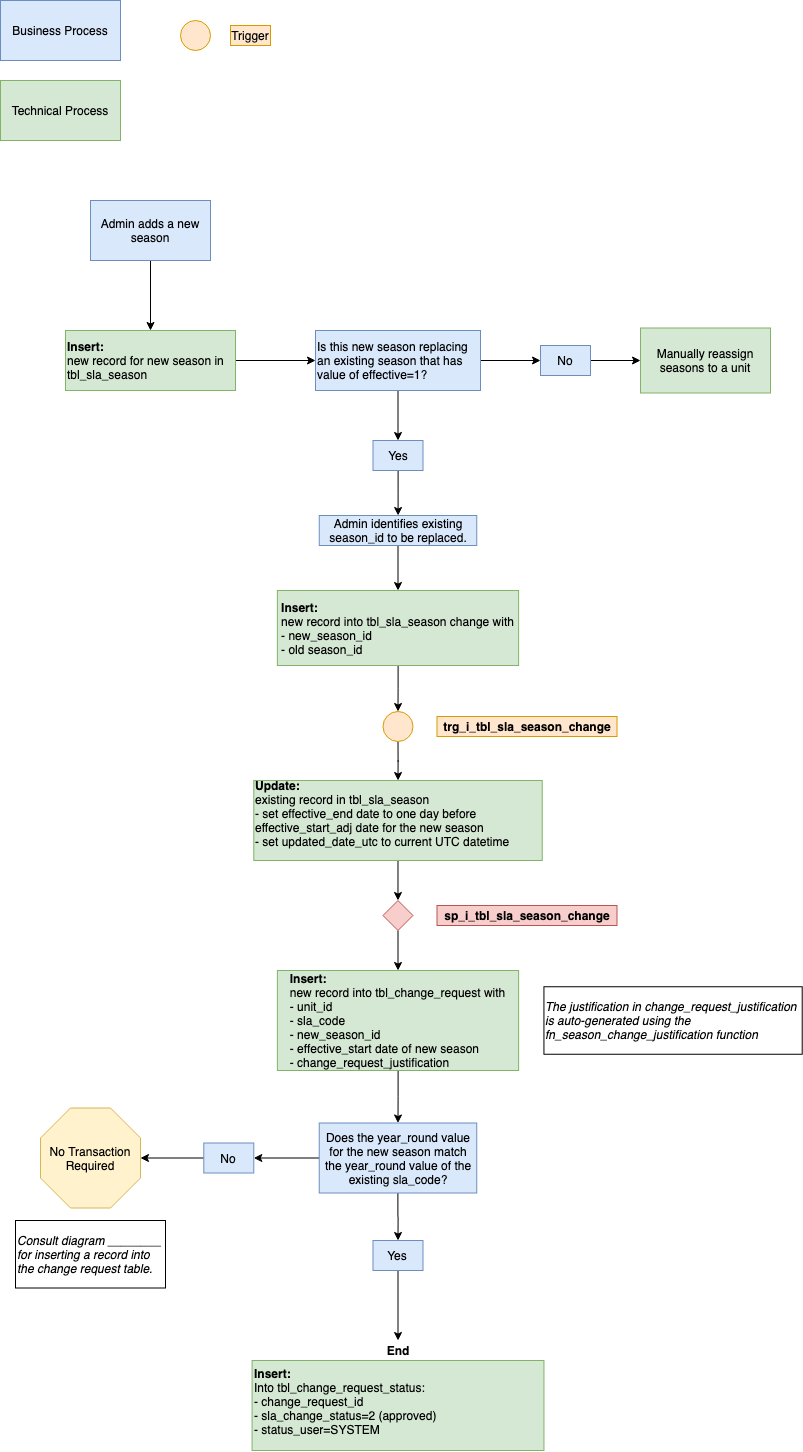
This is images/trg_season_change.png from NYC-Parks/SLADB, a draw.io export, as it was before one commit. Source tidied: cells renumbered, new cells last; positions are measured from the earlier drawing's top-left corner, leaving out a move shared by most shapes.
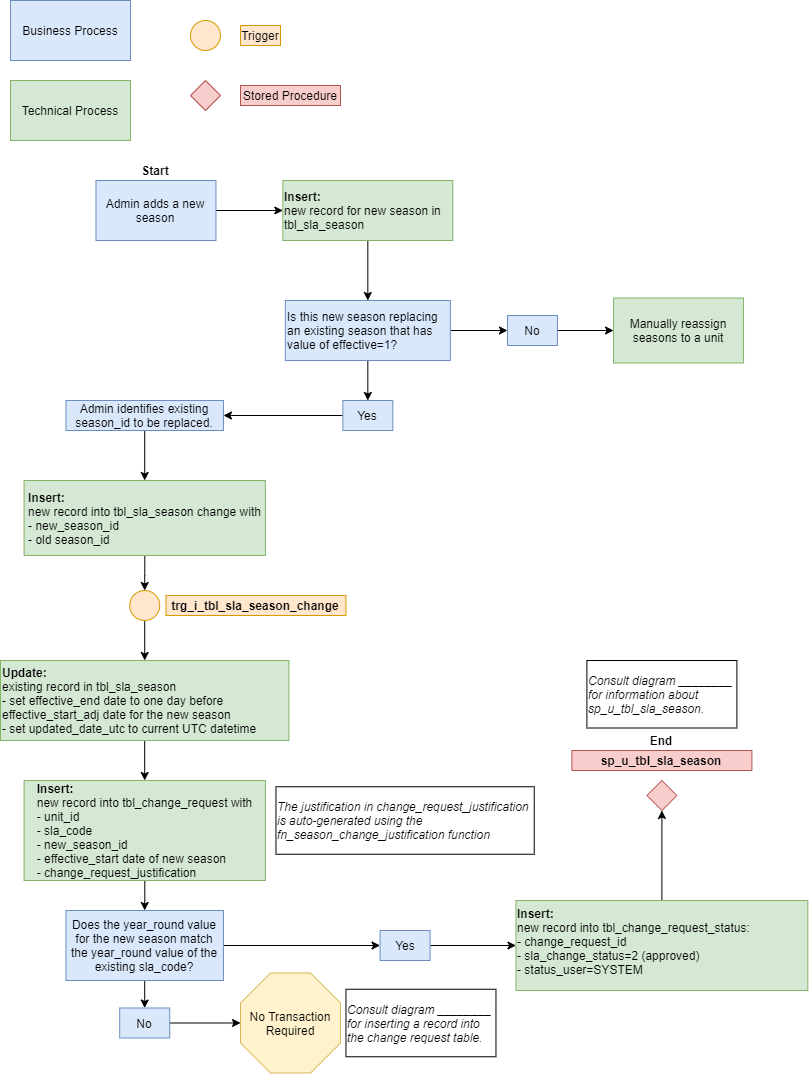
Above is the later version.

The edit, as a diff of the source:
```diff
@@ -18,13 +18,13 @@
       <mxGeometry relative="1" as="geometry" />
     </mxCell>
     <mxCell id="7" value="Admin adds a new season" style="rounded=0;whiteSpace=wrap;html=1;fillColor=#dae8fc;strokeColor=#6c8ebf;" parent="1" vertex="1">
-      <mxGeometry x="90" y="200" width="120" height="60" as="geometry" />
+      <mxGeometry x="85.5" y="180" width="120" height="60" as="geometry" />
     </mxCell>
     <mxCell id="8" style="edgeStyle=orthogonalEdgeStyle;rounded=0;jettySize=auto;html=1;" parent="1" edge="1" source="9" target="12">
       <mxGeometry relative="1" as="geometry" />
     </mxCell>
     <mxCell id="9" value="&lt;b&gt;Insert:&lt;/b&gt;&lt;br&gt;new record for new season in tbl_sla_season" style="rounded=0;whiteSpace=wrap;html=1;fillColor=#d5e8d4;strokeColor=#82b366;align=left;" parent="1" vertex="1">
-      <mxGeometry x="65" y="330" width="170" height="60" as="geometry" />
+      <mxGeometry x="272.3" y="180" width="170" height="60" as="geometry" />
     </mxCell>
     <mxCell id="10" style="edgeStyle=orthogonalEdgeStyle;rounded=0;jettySize=auto;html=1;" parent="1" edge="1" source="12" target="23">
       <mxGeometry relative="1" as="geometry" />
@@ -33,100 +33,112 @@
       <mxGeometry relative="1" as="geometry" />
     </mxCell>
     <mxCell id="12" value="Is this new season replacing an existing season that has value of effective=1?" style="rounded=0;whiteSpace=wrap;html=1;fillColor=#dae8fc;strokeColor=#6c8ebf;align=left;" parent="1" vertex="1">
-      <mxGeometry x="315" y="330" width="165" height="60" as="geometry" />
+      <mxGeometry x="274.8" y="300" width="165" height="60" as="geometry" />
     </mxCell>
     <mxCell id="13" style="edgeStyle=orthogonalEdgeStyle;rounded=0;jettySize=auto;html=1;" parent="1" edge="1" source="14" target="16">
       <mxGeometry relative="1" as="geometry" />
     </mxCell>
     <mxCell id="14" value="Yes" style="rounded=0;whiteSpace=wrap;html=1;fillColor=#dae8fc;strokeColor=#6c8ebf;align=center;" parent="1" vertex="1">
-      <mxGeometry x="372.5" y="440" width="50" height="30" as="geometry" />
+      <mxGeometry x="332.3" y="400" width="50" height="30" as="geometry" />
     </mxCell>
     <mxCell id="15" style="edgeStyle=orthogonalEdgeStyle;rounded=0;jettySize=auto;html=1;exitX=0.5;exitY=1;exitDx=0;exitDy=0;entryX=0.5;entryY=0;entryDx=0;entryDy=0;" parent="1" edge="1" source="16" target="18">
       <mxGeometry relative="1" as="geometry" />
     </mxCell>
     <mxCell id="16" value="Admin identifies existing season_id to be replaced." style="rounded=0;whiteSpace=wrap;html=1;fillColor=#dae8fc;strokeColor=#6c8ebf;align=center;" parent="1" vertex="1">
-      <mxGeometry x="318.8" y="515" width="157.5" height="30" as="geometry" />
+      <mxGeometry x="55.5" y="400" width="157.5" height="30" as="geometry" />
     </mxCell>
     <mxCell id="17" style="edgeStyle=orthogonalEdgeStyle;rounded=0;jettySize=auto;html=1;" parent="1" edge="1" source="18" target="26">
       <mxGeometry relative="1" as="geometry" />
     </mxCell>
     <mxCell id="18" value="&lt;div style=&quot;text-align: left&quot;&gt;&lt;b&gt;Insert:&lt;/b&gt;&lt;/div&gt;&lt;div style=&quot;text-align: left&quot;&gt;&lt;span&gt;new record into tbl_sla_season change with&lt;/span&gt;&lt;/div&gt;&lt;div style=&quot;text-align: left&quot;&gt;&lt;span&gt;- new_season_id&lt;/span&gt;&lt;/div&gt;&lt;div style=&quot;text-align: left&quot;&gt;&lt;span&gt;- old season_id&lt;/span&gt;&lt;/div&gt;" style="rounded=0;whiteSpace=wrap;html=1;fillColor=#d5e8d4;strokeColor=#82b366;align=center;" parent="1" vertex="1">
-      <mxGeometry x="276.9" y="590" width="241.2" height="75" as="geometry" />
+      <mxGeometry x="13.6" y="480" width="241.2" height="75" as="geometry" />
     </mxCell>
-    <mxCell id="19" style="edgeStyle=orthogonalEdgeStyle;rounded=0;jettySize=auto;html=1;entryX=0.5;entryY=0;entryDx=0;entryDy=0;" parent="1" edge="1" source="20" target="29">
+    <mxCell id="19" style="edgeStyle=orthogonalEdgeStyle;rounded=0;jettySize=auto;html=1;entryX=0.5;entryY=0;entryDx=0;entryDy=0;" parent="1" edge="1" source="20" target="32">
       <mxGeometry relative="1" as="geometry" />
     </mxCell>
-    <mxCell id="20" value="&lt;div&gt;&lt;b&gt;Update:&lt;/b&gt;&lt;/div&gt;&lt;div&gt;existing record in tbl_sla_season&lt;/div&gt;&lt;div&gt;- set effective_end date to one day before effective_start_adj date for the new season&lt;/div&gt;&lt;div&gt;- set updated_date_utc to current UTC datetime&amp;nbsp;&lt;/div&gt;&lt;div&gt;&lt;br&gt;&lt;/div&gt;" style="rounded=0;whiteSpace=wrap;html=1;fillColor=#d5e8d4;strokeColor=#82b366;align=left;labelPosition=center;verticalLabelPosition=middle;verticalAlign=middle;" parent="1" vertex="1">
-      <mxGeometry x="253.3" y="780" width="288.4" height="80" as="geometry" />
+    <mxCell id="20" value="&lt;div&gt;&lt;b&gt;Update:&lt;/b&gt;&lt;/div&gt;&lt;div&gt;existing record in tbl_sla_season&lt;/div&gt;&lt;div&gt;- set effective_end date to one day before effective_start_adj date for the new season&lt;/div&gt;&lt;div&gt;- set updated_date_utc to current UTC datetime&amp;nbsp;&lt;/div&gt;" style="rounded=0;whiteSpace=wrap;html=1;fillColor=#d5e8d4;strokeColor=#82b366;align=left;labelPosition=center;verticalLabelPosition=middle;verticalAlign=middle;" parent="1" vertex="1">
+      <mxGeometry x="-10" y="660" width="288.4" height="80" as="geometry" />
     </mxCell>
+    <mxCell id="44" style="edgeStyle=orthogonalEdgeStyle;rounded=0;jettySize=auto;html=1;exitX=0.5;exitY=0;exitDx=0;exitDy=0;entryX=0.5;entryY=1;entryDx=0;entryDy=0;" parent="1" edge="1" source="21" target="46">
+      <mxGeometry relative="1" as="geometry" />
+    </mxCell>
-    <mxCell id="21" value="&lt;div&gt;&lt;b&gt;Insert:&lt;/b&gt;&lt;/div&gt;&lt;div&gt;&lt;span&gt;Into tbl_change_request_status:&lt;/span&gt;&lt;/div&gt;&lt;div&gt;&lt;span&gt;- change_request_id&lt;/span&gt;&lt;/div&gt;&lt;div&gt;&lt;span&gt;- sla_change_status=2 (approved)&lt;/span&gt;&lt;/div&gt;&lt;div&gt;&lt;span&gt;- status_user=SYSTEM&lt;/span&gt;&lt;/div&gt;&lt;div&gt;&lt;span&gt;&lt;br&gt;&lt;/span&gt;&lt;/div&gt;" style="rounded=0;whiteSpace=wrap;html=1;fillColor=#d5e8d4;strokeColor=#82b366;align=left;verticalAlign=top;" parent="1" vertex="1">
-      <mxGeometry x="251.6" y="1360" width="291.9" height="90" as="geometry" />
+    <mxCell id="21" value="&lt;div&gt;&lt;b&gt;Insert:&lt;/b&gt;&lt;/div&gt;&lt;div&gt;&lt;span&gt;new record into tbl_change_request_status:&lt;/span&gt;&lt;/div&gt;&lt;div&gt;&lt;span&gt;- change_request_id&lt;/span&gt;&lt;/div&gt;&lt;div&gt;&lt;span&gt;- sla_change_status=2 (approved)&lt;/span&gt;&lt;/div&gt;&lt;div&gt;&lt;span&gt;- status_user=SYSTEM&lt;/span&gt;&lt;/div&gt;&lt;div&gt;&lt;span&gt;&lt;br&gt;&lt;/span&gt;&lt;/div&gt;" style="rounded=0;whiteSpace=wrap;html=1;fillColor=#d5e8d4;strokeColor=#82b366;align=left;verticalAlign=top;" parent="1" vertex="1">
+      <mxGeometry x="505.5" y="900" width="291.9" height="90" as="geometry" />
     </mxCell>
     <mxCell id="22" style="edgeStyle=orthogonalEdgeStyle;rounded=0;jettySize=auto;html=1;" parent="1" edge="1" source="23" target="24">
       <mxGeometry relative="1" as="geometry" />
     </mxCell>
     <mxCell id="23" value="No" style="rounded=0;whiteSpace=wrap;html=1;fillColor=#dae8fc;strokeColor=#6c8ebf;align=center;" parent="1" vertex="1">
-      <mxGeometry x="540" y="345" width="50" height="30" as="geometry" />
+      <mxGeometry x="497" y="315" width="50" height="30" as="geometry" />
     </mxCell>
     <mxCell id="24" value="Manually reassign seasons to a unit" style="rounded=0;whiteSpace=wrap;html=1;fillColor=#d5e8d4;strokeColor=#82b366;align=center;" parent="1" vertex="1">
-      <mxGeometry x="640" y="327.5" width="130" height="65" as="geometry" />
+      <mxGeometry x="603" y="297.5" width="130" height="65" as="geometry" />
     </mxCell>
     <mxCell id="25" style="edgeStyle=orthogonalEdgeStyle;rounded=0;jettySize=auto;html=1;entryX=0.5;entryY=0;entryDx=0;entryDy=0;" parent="1" edge="1" source="26" target="20">
       <mxGeometry relative="1" as="geometry" />
     </mxCell>
     <mxCell id="26" style="ellipse;whiteSpace=wrap;html=1;fillColor=#ffe6cc;strokeColor=#d79b00;" parent="1" vertex="1">
-      <mxGeometry x="382.5" y="711" width="30" height="30" as="geometry" />
+      <mxGeometry x="119.2" y="590" width="30" height="30" as="geometry" />
     </mxCell>
     <mxCell id="27" value="&lt;b&gt;trg_i_tbl_sla_season_change&lt;/b&gt;" style="text;html=1;strokeColor=#d79b00;fillColor=#ffe6cc;align=center;verticalAlign=middle;whiteSpace=wrap;rounded=0;" parent="1" vertex="1">
-      <mxGeometry x="436.5" y="716" width="180" height="20" as="geometry" />
+      <mxGeometry x="155.5" y="595" width="180" height="20" as="geometry" />
     </mxCell>
-    <mxCell id="28" style="edgeStyle=orthogonalEdgeStyle;rounded=0;jettySize=auto;html=1;entryX=0.5;entryY=0;entryDx=0;entryDy=0;" parent="1" edge="1" source="29" target="32">
-      <mxGeometry relative="1" as="geometry" />
-    </mxCell>
-    <mxCell id="29" style="rhombus;whiteSpace=wrap;html=1;align=left;fillColor=#f8cecc;strokeColor=#b85450;" parent="1" vertex="1">
-      <mxGeometry x="382.5" y="900" width="30" height="30" as="geometry" />
-    </mxCell>
-    <mxCell id="30" value="&lt;b&gt;sp_i_tbl_sla_season_change&lt;/b&gt;" style="text;html=1;strokeColor=#b85450;fillColor=#f8cecc;align=center;verticalAlign=middle;whiteSpace=wrap;rounded=0;" parent="1" vertex="1">
-      <mxGeometry x="436.5" y="905" width="180" height="20" as="geometry" />
-    </mxCell>
     <mxCell id="31" style="edgeStyle=orthogonalEdgeStyle;rounded=0;jettySize=auto;html=1;entryX=0.5;entryY=0;entryDx=0;entryDy=0;" parent="1" edge="1" source="32" target="36">
       <mxGeometry relative="1" as="geometry" />
     </mxCell>
     <mxCell id="32" value="&lt;div style=&quot;text-align: left&quot;&gt;&lt;b&gt;Insert:&lt;/b&gt;&lt;/div&gt;&lt;div style=&quot;text-align: left&quot;&gt;&lt;span&gt;new record into tbl_change_request with&lt;/span&gt;&lt;/div&gt;&lt;div style=&quot;text-align: left&quot;&gt;&lt;span&gt;- unit_id&lt;/span&gt;&lt;/div&gt;&lt;div style=&quot;text-align: left&quot;&gt;&lt;span&gt;- sla_code&lt;/span&gt;&lt;/div&gt;&lt;div style=&quot;text-align: left&quot;&gt;&lt;span&gt;-&amp;nbsp;&lt;/span&gt;&lt;span&gt;new_season_id&lt;/span&gt;&lt;/div&gt;&lt;div style=&quot;text-align: left&quot;&gt;- effective_start date of new season&lt;/div&gt;&lt;div style=&quot;text-align: left&quot;&gt;- change_request_justification&lt;/div&gt;" style="rounded=0;whiteSpace=wrap;html=1;fillColor=#d5e8d4;strokeColor=#82b366;align=center;" parent="1" vertex="1">
-      <mxGeometry x="276.9" y="970" width="241.2" height="100" as="geometry" />
+      <mxGeometry x="13.6" y="780" width="241.2" height="100" as="geometry" />
     </mxCell>
     <mxCell id="33" value="The justification in change_request_justification is auto-generated using the fn_season_change_justification function" style="rounded=0;whiteSpace=wrap;html=1;align=left;fontStyle=2;fillColor=none;" parent="1" vertex="1">
-      <mxGeometry x="543.4" y="986.2" width="258.3" height="67.5" as="geometry" />
+      <mxGeometry x="265.5" y="786.2" width="258.3" height="67.5" as="geometry" />
     </mxCell>
-    <mxCell id="34" style="edgeStyle=orthogonalEdgeStyle;rounded=0;jettySize=auto;html=1;entryX=0.5;entryY=0;entryDx=0;entryDy=0;" parent="1" edge="1" source="36" target="39">
+    <mxCell id="34" style="edgeStyle=orthogonalEdgeStyle;rounded=0;jettySize=auto;html=1;exitX=1;exitY=0.5;exitDx=0;exitDy=0;entryX=0;entryY=0.5;entryDx=0;entryDy=0;" parent="1" edge="1" source="36" target="39">
       <mxGeometry relative="1" as="geometry" />
     </mxCell>
-    <mxCell id="35" style="edgeStyle=orthogonalEdgeStyle;rounded=0;jettySize=auto;html=1;entryX=1;entryY=0.5;entryDx=0;entryDy=0;" parent="1" edge="1" source="36" target="41">
+    <mxCell id="35" style="edgeStyle=orthogonalEdgeStyle;rounded=0;jettySize=auto;html=1;exitX=0.5;exitY=1;exitDx=0;exitDy=0;entryX=0.5;entryY=0;entryDx=0;entryDy=0;" parent="1" edge="1" source="36" target="41">
       <mxGeometry relative="1" as="geometry" />
     </mxCell>
     <mxCell id="36" value="Does the year_round value for the new season match the year_round value of the existing sla_code?" style="rounded=0;whiteSpace=wrap;html=1;fillColor=#dae8fc;strokeColor=#6c8ebf;align=center;" parent="1" vertex="1">
-      <mxGeometry x="318.7" y="1122.5" width="157.5" height="70" as="geometry" />
+      <mxGeometry x="55.5" y="910" width="157.5" height="70" as="geometry" />
     </mxCell>
     <mxCell id="37" value="Consult diagram ________ for inserting a record into the change request table." style="rounded=0;whiteSpace=wrap;html=1;align=left;fontStyle=2;fillColor=none;" parent="1" vertex="1">
-      <mxGeometry x="15" y="1220" width="150" height="67.5" as="geometry" />
+      <mxGeometry x="335.5" y="988.8" width="150" height="67.5" as="geometry" />
     </mxCell>
-    <mxCell id="38" style="edgeStyle=orthogonalEdgeStyle;rounded=0;jettySize=auto;html=1;entryX=0.5;entryY=0;entryDx=0;entryDy=0;" parent="1" edge="1" source="39" target="43">
+    <mxCell id="38" style="edgeStyle=orthogonalEdgeStyle;rounded=0;jettySize=auto;html=1;entryX=0;entryY=0.5;entryDx=0;entryDy=0;" parent="1" edge="1" source="39" target="21">
       <mxGeometry relative="1" as="geometry" />
     </mxCell>
     <mxCell id="39" value="Yes" style="rounded=0;whiteSpace=wrap;html=1;fillColor=#dae8fc;strokeColor=#6c8ebf;align=center;" parent="1" vertex="1">
-      <mxGeometry x="372.5" y="1240" width="50" height="30" as="geometry" />
+      <mxGeometry x="369.6" y="930" width="50" height="30" as="geometry" />
     </mxCell>
-    <mxCell id="40" style="edgeStyle=orthogonalEdgeStyle;rounded=0;jettySize=auto;html=1;entryX=1;entryY=0.5;entryDx=0;entryDy=0;entryPerimeter=0;" parent="1" edge="1" source="41" target="42">
+    <mxCell id="40" style="edgeStyle=orthogonalEdgeStyle;rounded=0;jettySize=auto;html=1;exitX=1;exitY=0.5;exitDx=0;exitDy=0;entryX=0;entryY=0.5;entryDx=0;entryDy=0;entryPerimeter=0;" parent="1" edge="1" source="41" target="42">
       <mxGeometry relative="1" as="geometry" />
     </mxCell>
     <mxCell id="41" value="No" style="rounded=0;whiteSpace=wrap;html=1;fillColor=#dae8fc;strokeColor=#6c8ebf;align=center;" parent="1" vertex="1">
-      <mxGeometry x="203.3" y="1142.5" width="50" height="30" as="geometry" />
+      <mxGeometry x="109.2" y="1007.5" width="50" height="30" as="geometry" />
     </mxCell>
     <mxCell id="42" value="No Transaction Required" style="whiteSpace=wrap;html=1;shape=mxgraph.basic.octagon2;align=center;verticalAlign=middle;dx=15;fillColor=#fff2cc;strokeColor=#d6b656;" parent="1" vertex="1">
-      <mxGeometry x="40" y="1107.5" width="100" height="100" as="geometry" />
+      <mxGeometry x="230" y="972.5" width="100" height="100" as="geometry" />
     </mxCell>
+    <mxCell id="45" value="Start" style="text;html=1;strokeColor=none;fillColor=none;align=center;verticalAlign=middle;whiteSpace=wrap;rounded=0;fontStyle=1;" parent="1" vertex="1">
+      <mxGeometry x="125.5" y="160" width="40" height="20" as="geometry" />
+    </mxCell>
     <mxCell id="43" value="End" style="text;html=1;strokeColor=none;fillColor=none;align=center;verticalAlign=middle;whiteSpace=wrap;rounded=0;fontStyle=1;" parent="1" vertex="1">
-      <mxGeometry x="377.5" y="1340" width="40" height="20" as="geometry" />
+      <mxGeometry x="631.4" y="730" width="40" height="20" as="geometry" />
     </mxCell>
+    <mxCell id="46" style="rhombus;whiteSpace=wrap;html=1;fillColor=#f8cecc;strokeColor=#b85450;" parent="1" vertex="1">
+      <mxGeometry x="636.4" y="780" width="30" height="30" as="geometry" />
+    </mxCell>
+    <mxCell id="47" value="&lt;b&gt;sp_u_tbl_sla_season&lt;/b&gt;" style="text;html=1;strokeColor=#b85450;fillColor=#f8cecc;align=center;verticalAlign=middle;whiteSpace=wrap;rounded=0;" parent="1" vertex="1">
+      <mxGeometry x="561.4" y="750" width="180" height="20" as="geometry" />
+    </mxCell>
+    <mxCell id="48" value="Consult diagram ________ for information about sp_u_tbl_sla_season." style="rounded=0;whiteSpace=wrap;html=1;align=left;fontStyle=2;fillColor=none;" parent="1" vertex="1">
+      <mxGeometry x="576.4" y="660" width="150" height="67.5" as="geometry" />
+    </mxCell>
+    <mxCell id="49" style="rhombus;whiteSpace=wrap;html=1;fillColor=#f8cecc;strokeColor=#b85450;" parent="1" vertex="1">
+      <mxGeometry x="180" y="80" width="30" height="30" as="geometry" />
+    </mxCell>
+    <mxCell id="50" value="Stored Procedure" style="text;html=1;strokeColor=#b85450;fillColor=#f8cecc;align=center;verticalAlign=middle;whiteSpace=wrap;rounded=0;" parent="1" vertex="1">
+      <mxGeometry x="230" y="85" width="100" height="20" as="geometry" />
+    </mxCell>
   </root>
 </mxGraphModel>
```
